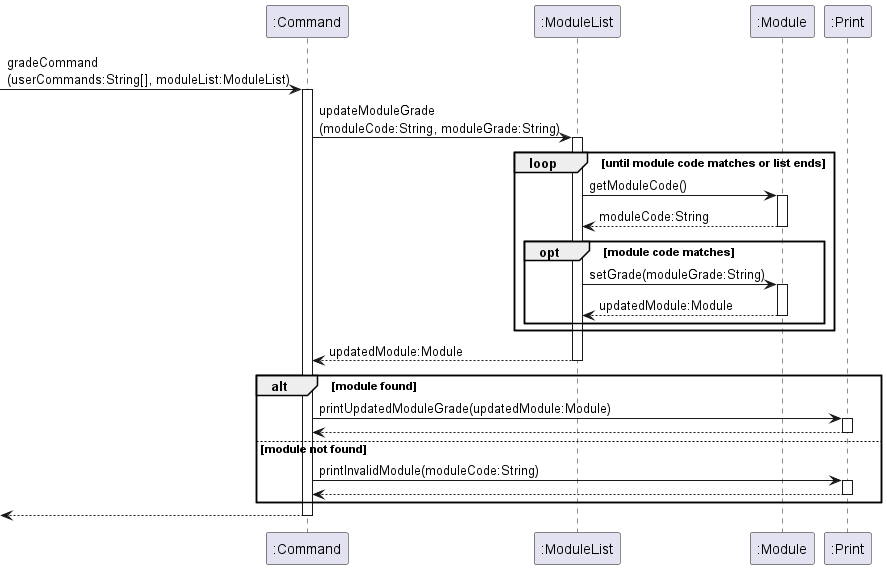
saintzaw/tp keeps this PlantUML diagram as docs/diagrams/GradeCommand.png. Above is the earlier version.
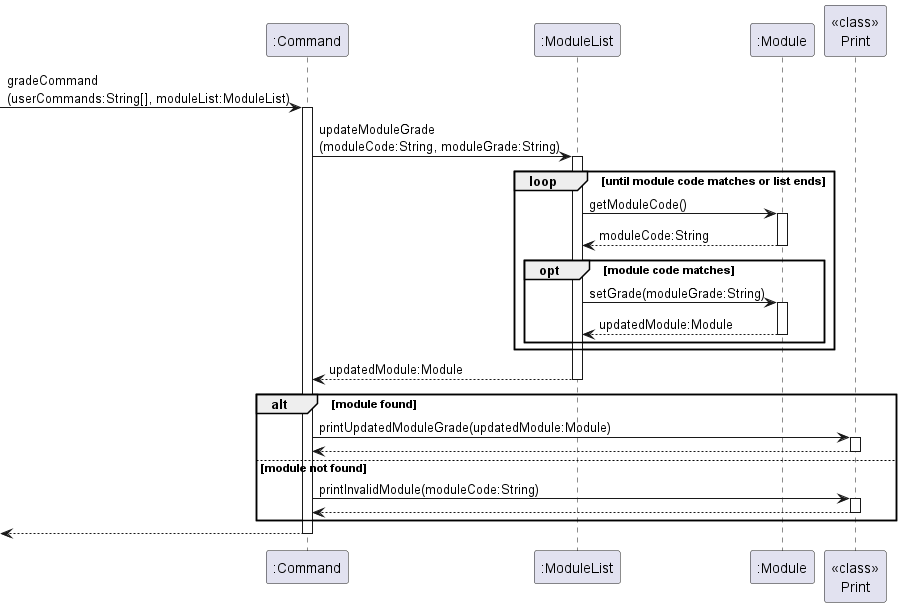
The same file after the commit.

Commit message:
edit grade command diagram

Diff of the diagram source:
```diff
@@ -3,7 +3,7 @@
 participant ":Command" as Command
 participant ":ModuleList" as ML
 participant ":Module" as Mod
-participant ":Print" as Print
+participant "<<class>>\nPrint" as Print
 
 [->Command : gradeCommand\n(userCommands:String[], moduleList:ModuleList)
 activate Command
```
